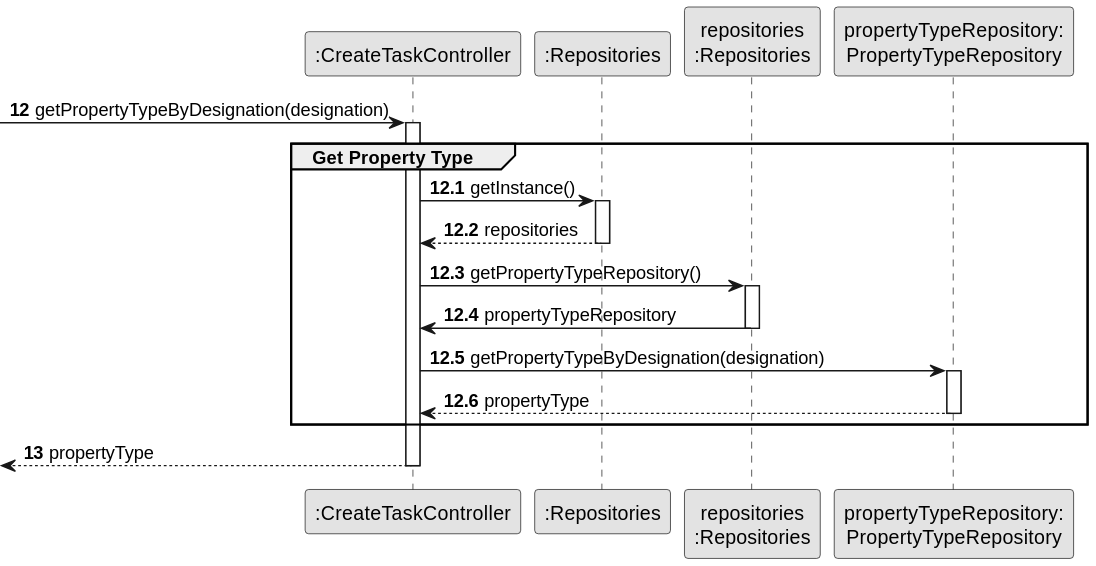
This is docs/sprintB/us002/03.design/svg/us002-sequence-diagram-partial-get-property-type.svg from rita-barbosa/LAPR2-2223, a PlantUML export, as it was before one commit. Source of this version:
```plantuml
@startuml
skinparam monochrome true
skinparam packageStyle rectangle
skinparam shadowing false

participant ":CreateTaskController" as CTRL
participant ":Repositories" as RepositorySingleton
participant "repositories\n:Repositories" as PLAT
participant "propertyTypeRepository:\nPropertyTypeRepository" as PropertyTypeRepository

autonumber 12
-> CTRL : getPropertyTypeByDesignation(designation)

autonumber 12.1

activate CTRL
    group Get Property Type
        CTRL -> RepositorySingleton : getInstance()
        activate RepositorySingleton

            RepositorySingleton --> CTRL: repositories
        deactivate RepositorySingleton

        CTRL -> PLAT : getPropertyTypeRepository()
        activate PLAT

            PLAT -> CTRL : propertyTypeRepository
        deactivate PLAT

        CTRL -> PropertyTypeRepository : getPropertyTypeByDesignation(designation)
        activate PropertyTypeRepository

        PropertyTypeRepository --> CTRL : propertyType
        deactivate PropertyTypeRepository

    end group

    autonumber 13
    <-- CTRL : propertyType

deactivate CTRL
@enduml
```
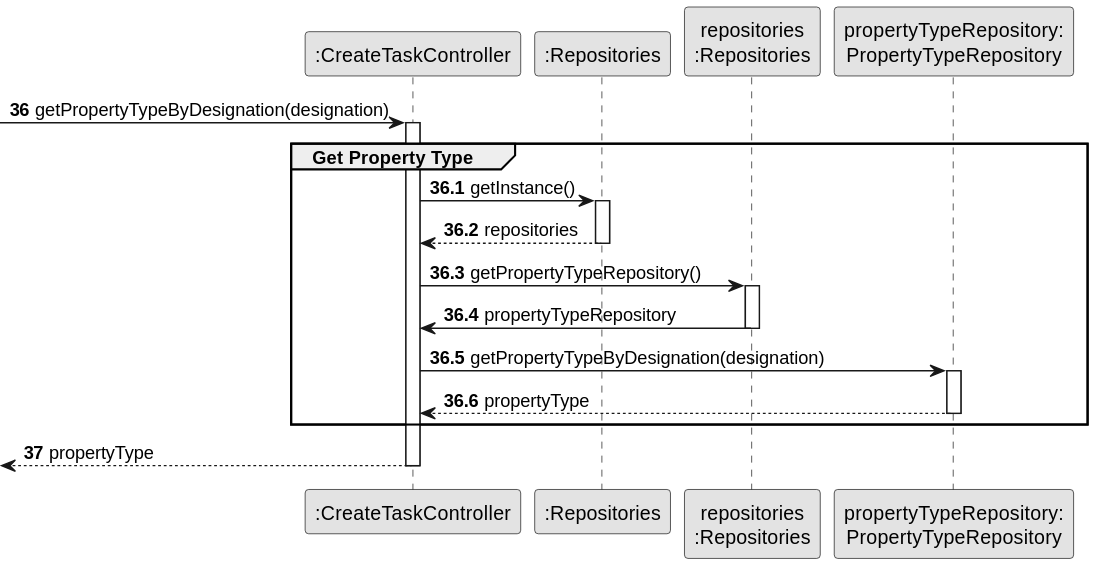
After the change.

Diff of the diagram source:
```diff
@@ -8,10 +8,10 @@
 participant "repositories\n:Repositories" as PLAT
 participant "propertyTypeRepository:\nPropertyTypeRepository" as PropertyTypeRepository
 
-autonumber 12
+autonumber 36
 -> CTRL : getPropertyTypeByDesignation(designation)
 
-autonumber 12.1
+autonumber 36.1
 
 activate CTRL
     group Get Property Type
@@ -35,7 +35,7 @@
 
     end group
 
-    autonumber 13
+    autonumber 37
     <-- CTRL : propertyType
 
 deactivate CTRL
```
